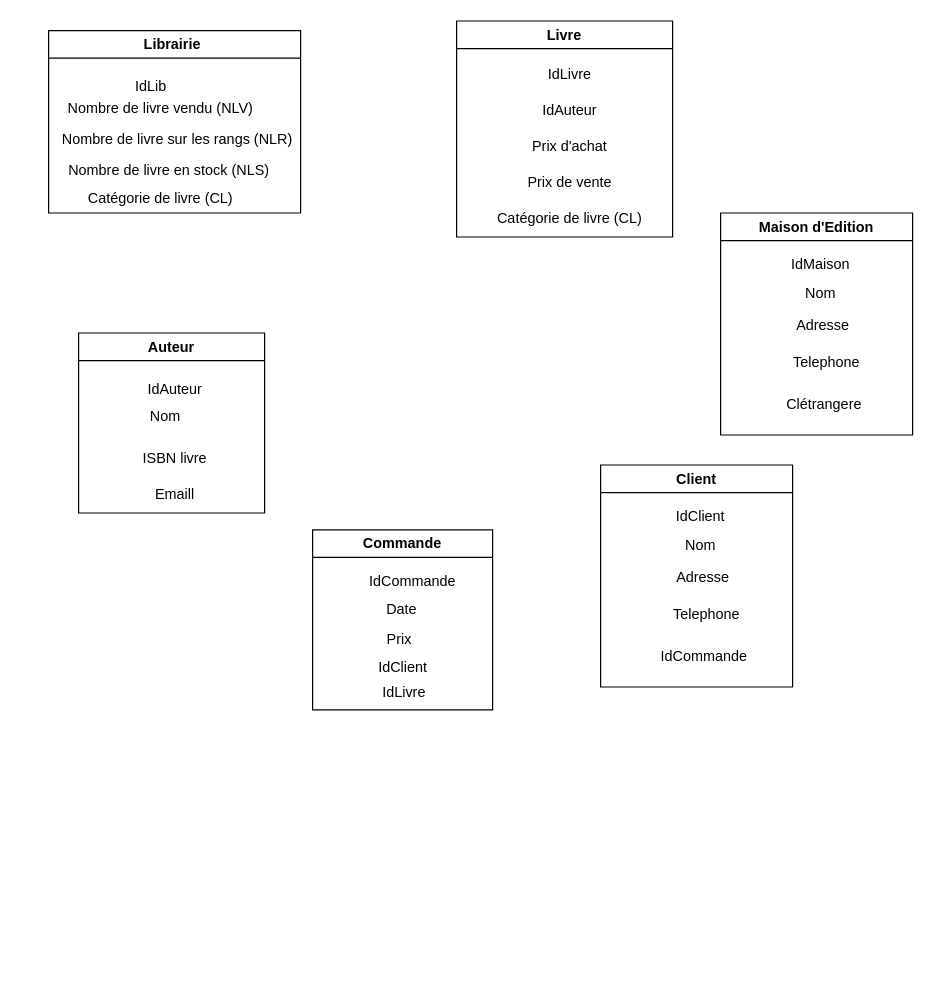
Above: Diagramme sans nom.drawio in Laioussama/BDD (draw.io), before the change. Source tidied: cells renumbered, new cells numbered last; positions are measured from the earlier drawing's top-left corner, leaving out a move shared by most shapes. Both pictures are drawn from the tidied source at 120%, with x=0, y=0 at pixel (44, 20).
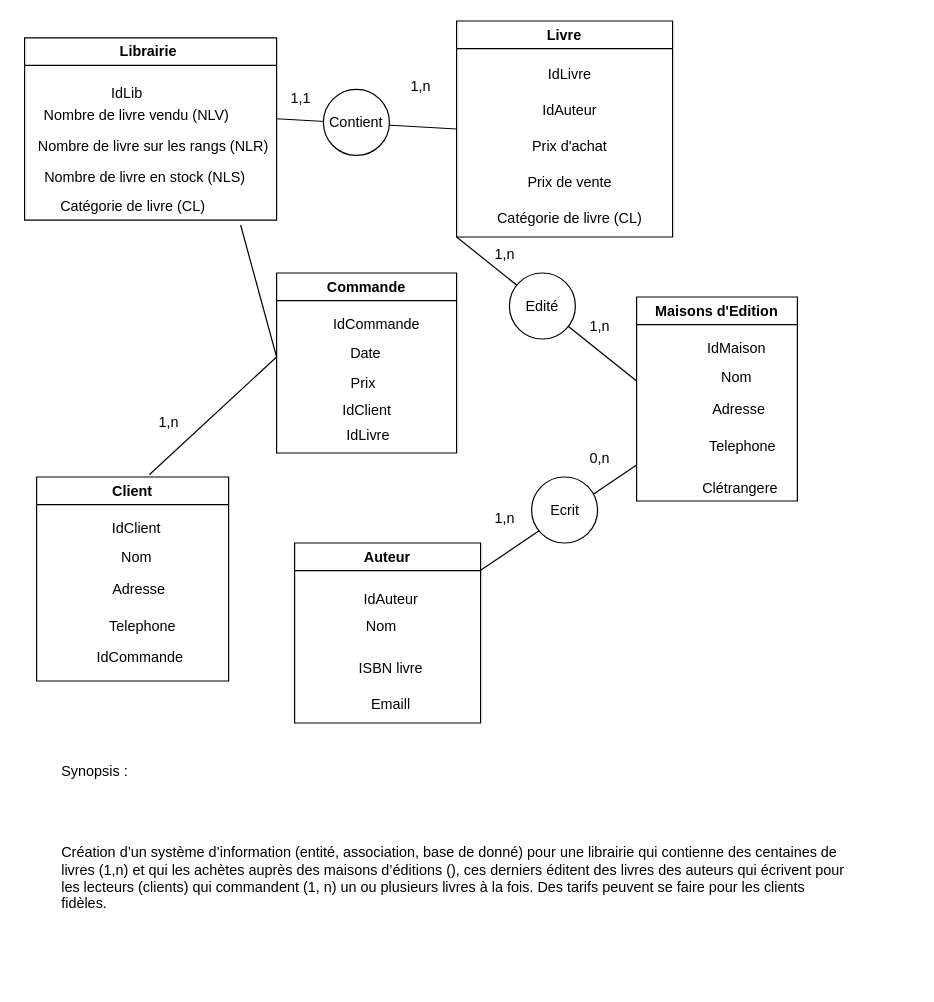
The same diagram, later.

Commit message:
Mettre à jour Diagramme sans nom.drawio

Unchanged cells that the change refers to:
```xml
<mxCell id="6" value="&lt;p class=&quot;MsoNormal&quot;&gt;Nombre de livre sur les rangs (NLR)&lt;/p&gt;" style="text;html=1;align=center;verticalAlign=middle;points=[];strokeColor=none;fillColor=none;" parent="2" vertex="1">
  <mxGeometry x="-3" y="66" width="220" height="50" as="geometry" />
</mxCell>
<mxCell id="8" value="Livre" style="swimlane;whiteSpace=wrap;html=1;" parent="1" vertex="1">
  <mxGeometry x="343" width="180" height="180" as="geometry" />
</mxCell>
```

Change to the diagram source:
```diff
@@
     <mxCell id="2" value="&lt;p class=&quot;MsoNormal&quot;&gt;Librairie&amp;nbsp;&lt;/p&gt;" style="swimlane;whiteSpace=wrap;html=1;" parent="1" vertex="1">
-      <mxGeometry x="3" y="8" width="210" height="152" as="geometry" />
+      <mxGeometry x="-17" y="14" width="210" height="152" as="geometry" />
     </mxCell>
@@
-    <mxCell id="7" value="&lt;p class=&quot;MsoNormal&quot;&gt;Catégorie de livre (CL)&lt;/p&gt;" style="text;html=1;align=center;verticalAlign=middle;strokeColor=none;fillColor=none;" parent="2" vertex="1">
-      <mxGeometry x="23" y="115" width="140" height="50" as="geometry" />
-    </mxCell>
@@
     <mxCell id="14" value="Auteur" style="swimlane;whiteSpace=wrap;html=1;" parent="1" vertex="1">
-      <mxGeometry x="28" y="260" width="155" height="150" as="geometry" />
+      <mxGeometry x="208" y="435" width="155" height="150" as="geometry" />
     </mxCell>
@@
     <mxCell id="19" value="Commande" style="swimlane;whiteSpace=wrap;html=1;" parent="1" vertex="1">
-      <mxGeometry x="223" y="424" width="150" height="150" as="geometry" />
+      <mxGeometry x="193" y="210" width="150" height="150" as="geometry" />
     </mxCell>
@@
     <mxCell id="25" value="Client" style="swimlane;whiteSpace=wrap;html=1;" parent="1" vertex="1">
-      <mxGeometry x="463" y="370" width="160" height="185" as="geometry" />
+      <mxGeometry x="-7" y="380" width="160" height="170" as="geometry" />
     </mxCell>
@@
     <mxCell id="30" value="&lt;p class=&quot;MsoNormal&quot;&gt;IdCommande&lt;/p&gt;" style="text;html=1;align=center;verticalAlign=middle;strokeColor=none;fillColor=none;" parent="25" vertex="1">
-      <mxGeometry x="36" y="135" width="100" height="50" as="geometry" />
+      <mxGeometry x="36" y="126" width="100" height="50" as="geometry" />
     </mxCell>
+    <mxCell id="37" style="endArrow=none;html=1;rounded=0;entryX=0;entryY=1;entryDx=0;entryDy=0;" parent="1" edge="1" target="8">
+      <mxGeometry relative="1" as="geometry">
+        <mxPoint x="493" y="300" as="sourcePoint" />
+      </mxGeometry>
+    </mxCell>
+    <mxCell id="38" style="endArrow=none;html=1;rounded=0;entryX=0;entryY=0.5;entryDx=0;entryDy=0;exitX=0.968;exitY=0.029;exitDx=0;exitDy=0;exitPerimeter=0;" parent="1" edge="1" source="6" target="8">
+      <mxGeometry relative="1" as="geometry" />
+    </mxCell>
+    <mxCell id="39" value="Contient" style="ellipse;whiteSpace=wrap;html=1;" parent="1" vertex="1">
+      <mxGeometry x="232" y="57" width="55" height="55" as="geometry" />
+    </mxCell>
+    <mxCell id="40" value="1,1" style="text;html=1;align=center;verticalAlign=middle;strokeColor=none;fillColor=none;" parent="1" vertex="1">
+      <mxGeometry x="193" y="50" width="40" height="30" as="geometry" />
+    </mxCell>
+    <mxCell id="41" value="1,n" style="text;html=1;align=center;verticalAlign=middle;strokeColor=none;fillColor=none;" parent="1" vertex="1">
+      <mxGeometry x="293" y="40" width="40" height="30" as="geometry" />
+    </mxCell>
-    <mxCell id="31" value="Maison d'Edition" style="swimlane;whiteSpace=wrap;html=1;" parent="1" vertex="1">
-      <mxGeometry x="563" y="160" width="160" height="185" as="geometry" />
+    <mxCell id="31" value="Maisons d'Edition" style="swimlane;whiteSpace=wrap;html=1;startSize=23;" parent="1" vertex="1">
+      <mxGeometry x="493" y="230" width="134" height="170" as="geometry" />
     </mxCell>
@@
+    <mxCell id="42" value="Edité" style="ellipse;whiteSpace=wrap;html=1;" parent="1" vertex="1">
+      <mxGeometry x="387" y="210" width="55" height="55" as="geometry" />
+    </mxCell>
+    <mxCell id="43" value="1,n" style="text;html=1;align=center;verticalAlign=middle;strokeColor=none;fillColor=none;" parent="1" vertex="1">
+      <mxGeometry x="363" y="180" width="40" height="30" as="geometry" />
+    </mxCell>
+    <mxCell id="44" value="1,n" style="text;html=1;align=center;verticalAlign=middle;strokeColor=none;fillColor=none;" parent="1" vertex="1">
+      <mxGeometry x="442" y="240" width="40" height="30" as="geometry" />
+    </mxCell>
+    <mxCell id="45" style="endArrow=none;html=1;rounded=0;exitX=0.587;exitY=-0.011;exitDx=0;exitDy=0;exitPerimeter=0;" parent="1" edge="1" source="25">
+      <mxGeometry relative="1" as="geometry">
+        <mxPoint x="163" y="170" as="targetPoint" />
+        <Array as="points">
+          <mxPoint x="193" y="280" />
+        </Array>
+      </mxGeometry>
+    </mxCell>
+    <mxCell id="7" value="&lt;p class=&quot;MsoNormal&quot;&gt;Catégorie de livre (CL)&lt;/p&gt;" style="text;html=1;align=center;verticalAlign=middle;strokeColor=none;fillColor=none;" parent="1" vertex="1">
+      <mxGeometry x="3" y="130" width="140" height="50" as="geometry" />
+    </mxCell>
+    <mxCell id="46" style="endArrow=none;html=1;rounded=0;" parent="1" edge="1" source="14">
+      <mxGeometry relative="1" as="geometry">
+        <mxPoint x="493" y="370" as="targetPoint" />
+      </mxGeometry>
+    </mxCell>
+    <mxCell id="47" value="Ecrit" style="ellipse;whiteSpace=wrap;html=1;" parent="1" vertex="1">
+      <mxGeometry x="405.5" y="380" width="55" height="55" as="geometry" />
+    </mxCell>
+    <mxCell id="48" value="1,n" style="text;html=1;align=center;verticalAlign=middle;strokeColor=none;fillColor=none;" parent="1" vertex="1">
+      <mxGeometry x="363" y="400" width="40" height="30" as="geometry" />
+    </mxCell>
+    <mxCell id="49" value="0,n" style="text;html=1;align=center;verticalAlign=middle;strokeColor=none;fillColor=none;" parent="1" vertex="1">
+      <mxGeometry x="442" y="350" width="40" height="30" as="geometry" />
+    </mxCell>
+    <mxCell id="50" value="1,n" style="text;html=1;align=center;verticalAlign=middle;strokeColor=none;fillColor=none;" parent="1" vertex="1">
+      <mxGeometry x="83" y="320" width="40" height="30" as="geometry" />
+    </mxCell>
+    <mxCell id="51" value="&lt;p class=&quot;MsoNormal&quot;&gt;Synopsis&amp;nbsp;:&lt;/p&gt;&lt;br&gt;&lt;br&gt;&lt;p class=&quot;MsoNormal&quot;&gt;Création d’un système d’information (entité, association, base de donné) pour une librairie qui contienne des centaines de livres (1,n) et qui les achètes auprès des maisons d’éditions (), ces derniers éditent des livres des auteurs qui écrivent pour les lecteurs (clients) qui commandent (1, n) un ou plusieurs livres à la fois. Des tarifs peuvent se faire pour les clients&lt;br&gt;fidèles. &lt;span style=&quot;mso-spacerun:yes&quot;&gt;&amp;nbsp;&lt;/span&gt;&lt;span style=&quot;mso-spacerun:yes&quot;&gt;&amp;nbsp;&lt;/span&gt;&lt;span style=&quot;mso-spacerun:yes&quot;&gt;&amp;nbsp;&lt;/span&gt;&lt;span style=&quot;mso-spacerun:yes&quot;&gt;&amp;nbsp;&lt;/span&gt;&lt;span style=&quot;mso-spacerun:yes&quot;&gt;&amp;nbsp;&lt;/span&gt;&lt;span style=&quot;mso-spacerun:yes&quot;&gt;&amp;nbsp;&lt;/span&gt;&lt;span style=&quot;mso-spacerun:yes&quot;&gt;&amp;nbsp;&lt;/span&gt;&lt;span style=&quot;mso-spacerun:yes&quot;&gt;&amp;nbsp;&lt;/span&gt;&lt;/p&gt;" style="text;whiteSpace=wrap;html=1;" parent="1" vertex="1">
+      <mxGeometry x="12" y="600" width="661" height="200" as="geometry" />
+    </mxCell>
```
